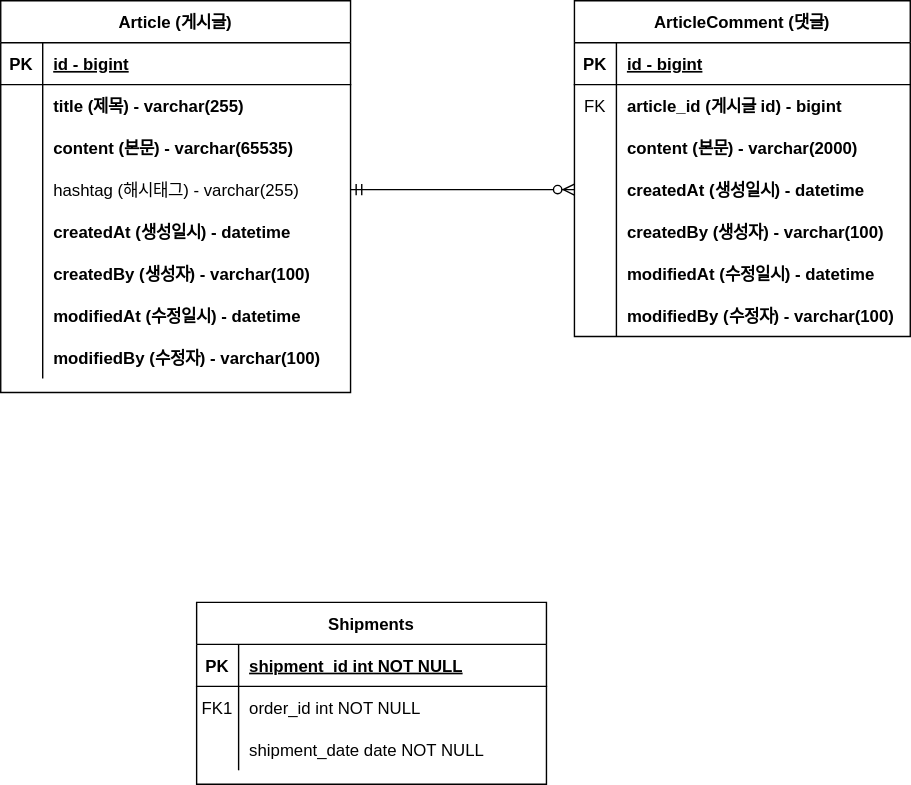
Above: document/project-board-erd.svg in JongRE2/project-board (draw.io), before the change. Source tidied: cells renumbered, new cells last; positions are measured from the earlier drawing's top-left corner, leaving out a move shared by most shapes.
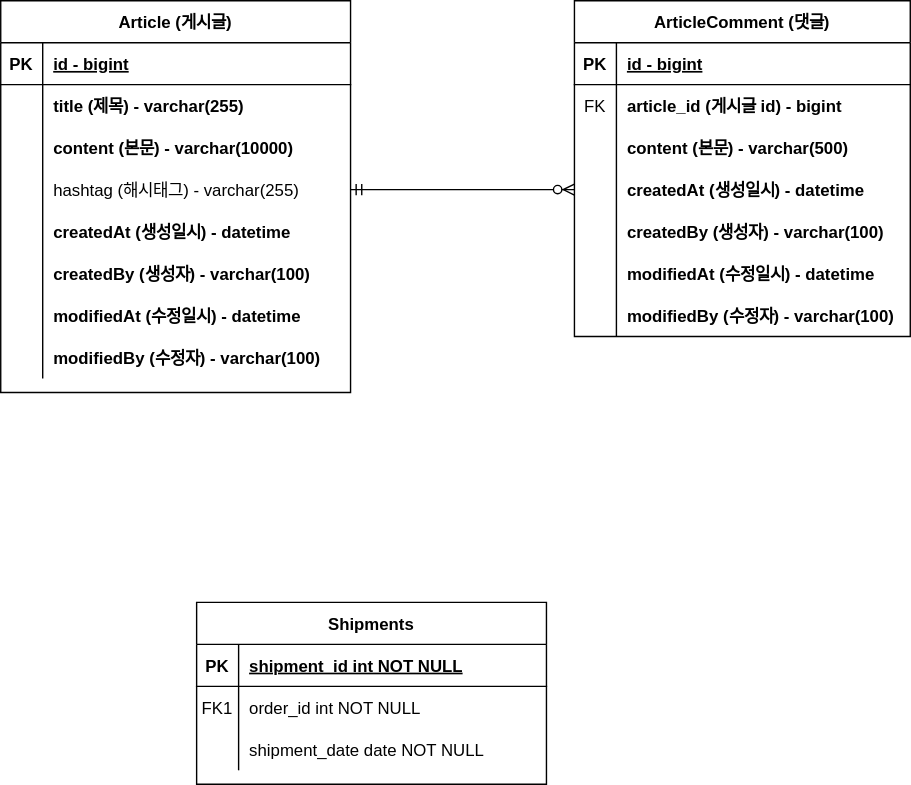
Later version of the same file.

Commit message:
#10 - erd 업데이트: content 사이즈 변경

Change to the diagram source:
```diff
@@ -29,7 +29,7 @@
     <mxCell id="10" style="shape=partialRectangle;overflow=hidden;fillColor=none;top=0;left=0;bottom=0;right=0;" parent="9" vertex="1">
       <mxGeometry width="30" height="30" as="geometry" />
     </mxCell>
-    <mxCell id="11" value="content (본문) - varchar(2000)" style="shape=partialRectangle;overflow=hidden;fillColor=none;top=0;left=0;bottom=0;right=0;align=left;spacingLeft=6;fontStyle=1;" parent="9" vertex="1">
+    <mxCell id="11" value="content (본문) - varchar(500)" style="shape=partialRectangle;overflow=hidden;fillColor=none;top=0;left=0;bottom=0;right=0;align=left;spacingLeft=6;fontStyle=1;" parent="9" vertex="1">
       <mxGeometry x="30" width="210" height="30" as="geometry" />
     </mxCell>
     <mxCell id="12" style="shape=partialRectangle;fillColor=none;points=[[0,0.5],[1,0.5]];portConstraint=eastwest;top=0;left=0;right=0;bottom=0;" parent="2" vertex="1">
@@ -125,7 +125,7 @@
     <mxCell id="42" style="shape=partialRectangle;overflow=hidden;fillColor=none;top=0;left=0;bottom=0;right=0;" parent="41" vertex="1">
       <mxGeometry width="30" height="30" as="geometry" />
     </mxCell>
-    <mxCell id="43" value="content (본문) - varchar(65535)" style="shape=partialRectangle;overflow=hidden;fillColor=none;top=0;left=0;bottom=0;right=0;align=left;spacingLeft=6;fontStyle=1;" parent="41" vertex="1">
+    <mxCell id="43" value="content (본문) - varchar(10000)" style="shape=partialRectangle;overflow=hidden;fillColor=none;top=0;left=0;bottom=0;right=0;align=left;spacingLeft=6;fontStyle=1;" parent="41" vertex="1">
       <mxGeometry x="30" width="220" height="30" as="geometry" />
     </mxCell>
     <mxCell id="44" style="shape=partialRectangle;fillColor=none;points=[[0,0.5],[1,0.5]];portConstraint=eastwest;top=0;left=0;right=0;bottom=0;" parent="34" vertex="1">
```
